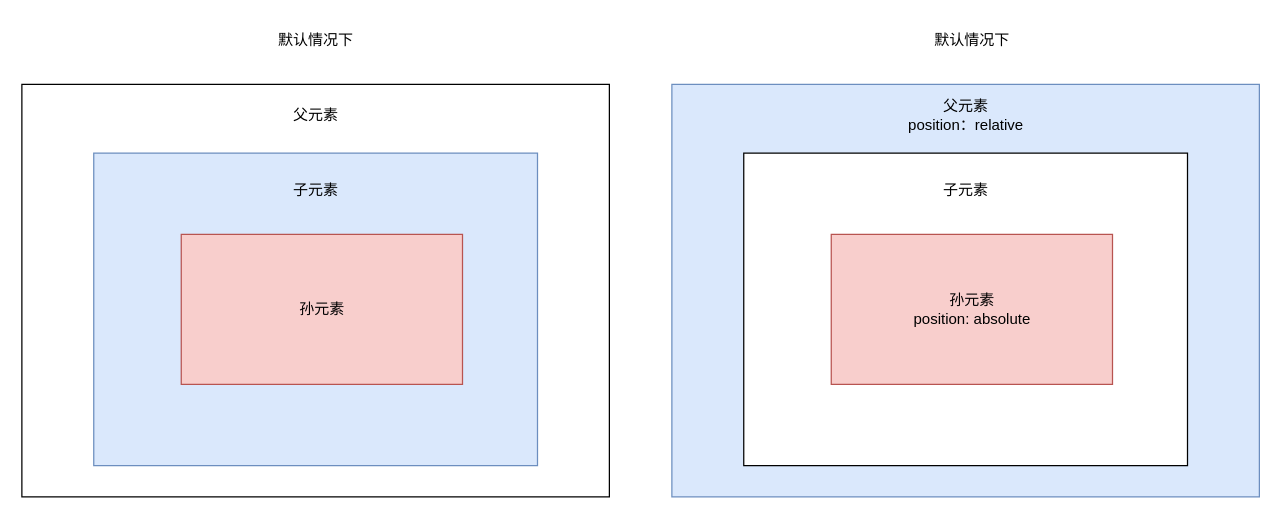
This is 未命名绘图.drawio from JYbill/draw, a draw.io file, before an edit. Source tidied: cells renumbered, new cells numbered last; positions are measured from the earlier drawing's top-left corner, leaving out a move shared by most shapes. Both pictures are drawn from the tidied source at 125%, with x=0, y=0 at pixel (21, 21).
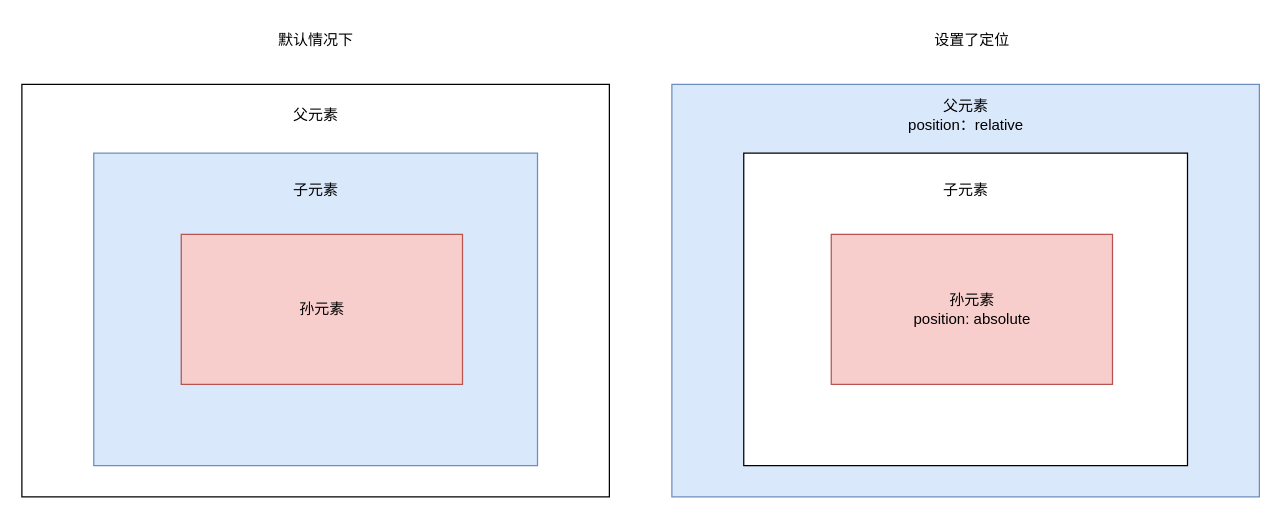
The same diagram, later.

Diff of the diagram source:
```diff
@@
 <mxGraphModel>
   <root>
     <mxCell id="0" />
     <mxCell id="1" parent="0" />
     <mxCell id="2" style="rounded=0;whiteSpace=wrap;html=1;" parent="1" vertex="1">
       <mxGeometry y="50" width="470" height="330" as="geometry" />
     </mxCell>
     <mxCell id="3" value="父元素" style="text;strokeColor=none;align=center;fillColor=none;html=1;verticalAlign=middle;whiteSpace=wrap;rounded=0;" parent="1" vertex="1">
       <mxGeometry x="177.5" y="60" width="115" height="30" as="geometry" />
     </mxCell>
     <mxCell id="4" style="whiteSpace=wrap;html=1;fillColor=#dae8fc;strokeColor=#6c8ebf;" parent="1" vertex="1">
       <mxGeometry x="57.5" y="105" width="355" height="250" as="geometry" />
     </mxCell>
     <mxCell id="5" value="子元素" style="text;strokeColor=none;align=center;fillColor=none;html=1;verticalAlign=middle;whiteSpace=wrap;rounded=0;" parent="1" vertex="1">
       <mxGeometry x="182.5" y="120" width="105" height="30" as="geometry" />
     </mxCell>
     <mxCell id="6" value="孙元素" style="whiteSpace=wrap;html=1;fillColor=#f8cecc;strokeColor=#b85450;" parent="1" vertex="1">
       <mxGeometry x="127.5" y="170" width="225" height="120" as="geometry" />
     </mxCell>
     <mxCell id="7" style="rounded=0;whiteSpace=wrap;html=1;fillColor=#dae8fc;strokeColor=#6c8ebf;" parent="1" vertex="1">
       <mxGeometry x="520" y="50" width="470" height="330" as="geometry" />
     </mxCell>
     <mxCell id="8" value="父元素&lt;br&gt;position：relative" style="text;strokeColor=none;align=center;fillColor=none;html=1;verticalAlign=middle;whiteSpace=wrap;rounded=0;" parent="1" vertex="1">
       <mxGeometry x="697.5" y="60" width="115" height="30" as="geometry" />
     </mxCell>
     <mxCell id="9" style="whiteSpace=wrap;html=1;" parent="1" vertex="1">
       <mxGeometry x="577.5" y="105" width="355" height="250" as="geometry" />
     </mxCell>
     <mxCell id="10" value="子元素" style="text;strokeColor=none;align=center;fillColor=none;html=1;verticalAlign=middle;whiteSpace=wrap;rounded=0;" parent="1" vertex="1">
       <mxGeometry x="702.5" y="120" width="105" height="30" as="geometry" />
     </mxCell>
     <mxCell id="11" value="孙元素&lt;br&gt;position: absolute" style="whiteSpace=wrap;html=1;fillColor=#f8cecc;strokeColor=#b85450;" parent="1" vertex="1">
       <mxGeometry x="647.5" y="170" width="225" height="120" as="geometry" />
     </mxCell>
     <mxCell id="12" value="默认情况下" style="text;strokeColor=none;align=center;fillColor=none;html=1;verticalAlign=middle;whiteSpace=wrap;rounded=0;" parent="1" vertex="1">
       <mxGeometry x="177.5" width="115" height="30" as="geometry" />
     </mxCell>
-    <mxCell id="13" value="默认情况下" style="text;strokeColor=none;align=center;fillColor=none;html=1;verticalAlign=middle;whiteSpace=wrap;rounded=0;" parent="1" vertex="1">
+    <mxCell id="13" value="设置了定位" style="text;strokeColor=none;align=center;fillColor=none;html=1;verticalAlign=middle;whiteSpace=wrap;rounded=0;" parent="1" vertex="1">
       <mxGeometry x="702.5" width="115" height="30" as="geometry" />
     </mxCell>
   </root>
 </mxGraphModel>
```
